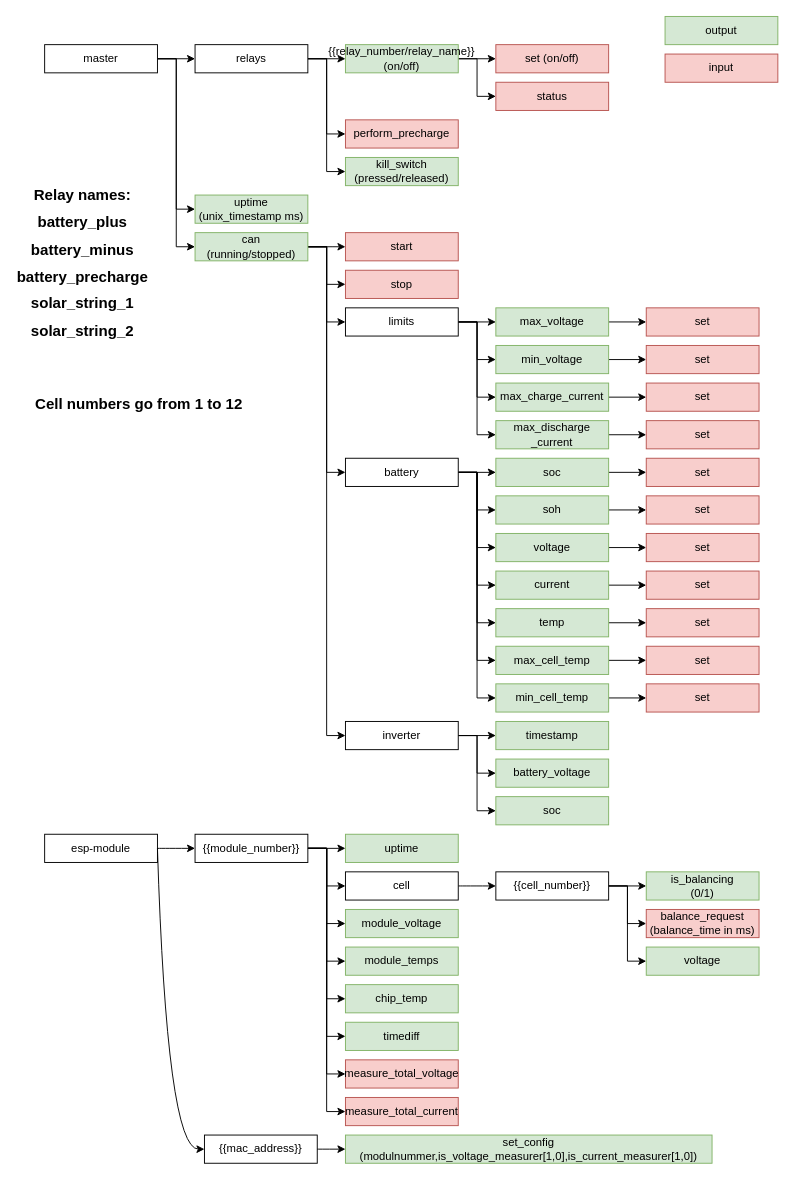
SunshadeCorp/EasyBMS-master keeps this draw.io diagram as mqtt_topics.drawio. Above is the earlier version. Source tidied: cells renumbered, new cells numbered last; positions are measured from the earlier drawing's top-left corner, leaving out a move shared by most shapes. Both pictures are drawn from the tidied source at 94%, with x=0, y=0 at pixel (35, 16).
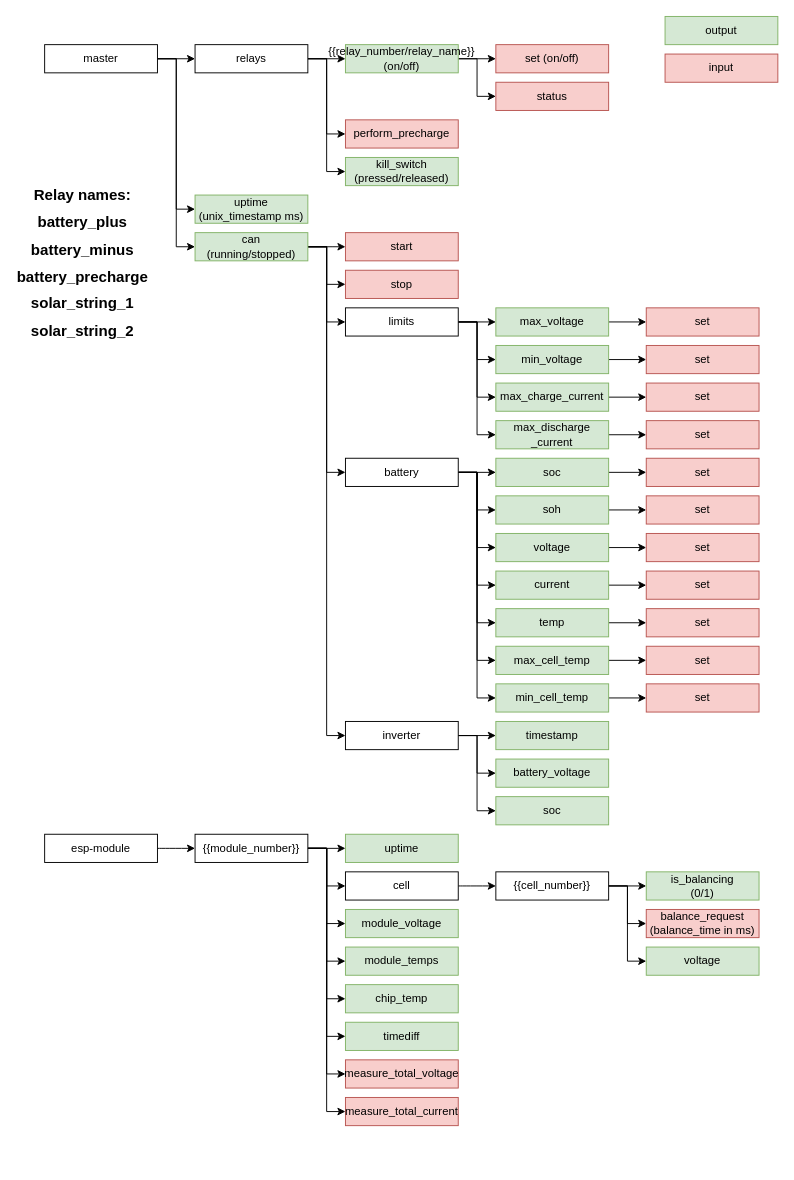
Above is the later version.

The change refers to these unchanged cells:
```xml
<mxCell id="102" value="esp-module" style="rounded=0;whiteSpace=wrap;html=1;" parent="1" vertex="1">
  <mxGeometry x="10" y="870" width="120" height="30" as="geometry" />
</mxCell>
```

Change to the diagram source:
```diff
@@
-    <mxCell id="109" value="set_config&lt;br&gt;(modulnummer,is_voltage_measurer[1,0],is_current_measurer[1,0])&lt;br&gt;" style="rounded=0;whiteSpace=wrap;html=1;fillColor=#d5e8d4;strokeColor=#82b366;" parent="1" vertex="1">
-      <mxGeometry x="330" y="1190" width="390" height="30" as="geometry" />
-    </mxCell>
-    <mxCell id="110" value="{{mac_address}}" style="rounded=0;whiteSpace=wrap;html=1;" parent="1" vertex="1">
-      <mxGeometry x="180" y="1190" width="120" height="30" as="geometry" />
-    </mxCell>
-    <mxCell id="111" style="edgeStyle=none;curved=1;rounded=0;jettySize=auto;html=1;exitX=1;exitY=0.5;exitDx=0;exitDy=0;endArrow=classic;entryX=0;entryY=0.5;entryDx=0;entryDy=0;" parent="1" edge="1" source="102" target="110">
-      <mxGeometry relative="1" as="geometry">
-        <Array as="points">
-          <mxPoint x="140" y="1205" />
-        </Array>
-      </mxGeometry>
-    </mxCell>
-    <mxCell id="112" style="edgeStyle=none;curved=1;rounded=0;jettySize=auto;html=1;exitX=1;exitY=0.5;exitDx=0;exitDy=0;entryX=0;entryY=0.5;entryDx=0;entryDy=0;endArrow=classic;" parent="1" edge="1" source="110" target="109">
-      <mxGeometry relative="1" as="geometry" />
-    </mxCell>
-    <mxCell id="113" value="&lt;font style=&quot;font-size: 16px&quot;&gt;Cell numbers go from 1 to 12&lt;br&gt;&lt;/font&gt;" style="text;strokeColor=none;fillColor=none;html=1;fontSize=24;fontStyle=1;verticalAlign=middle;align=center;" parent="1" vertex="1">
-      <mxGeometry x="60" y="390" width="100" height="40" as="geometry" />
-    </mxCell>
```
